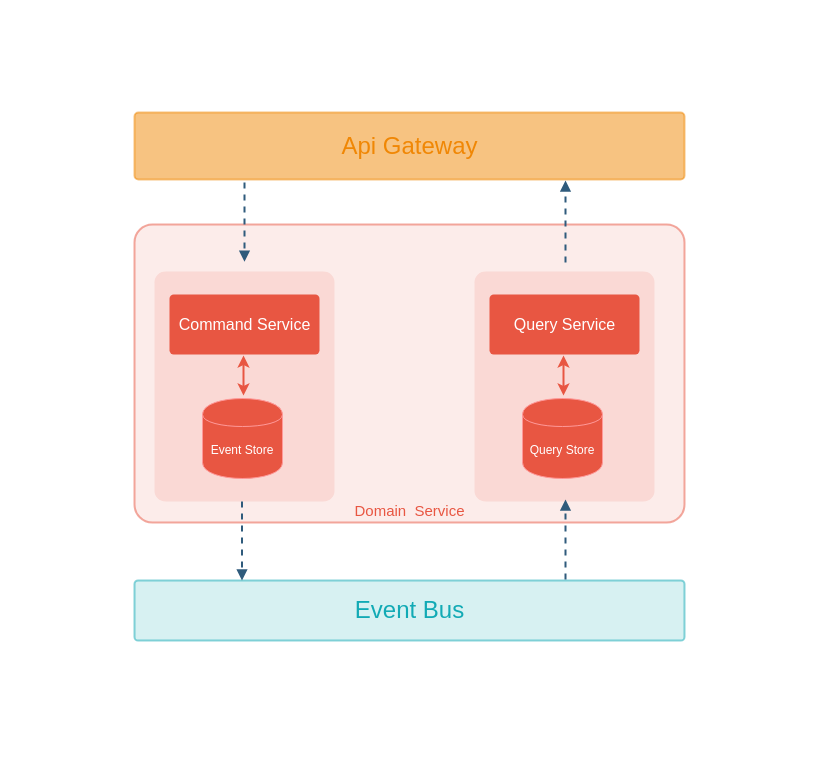
Earlier version of the draw.io diagram event-driven-architecture/domain-service.drawio (jinternals/architecture-design). Source tidied: cells renumbered, new cells numbered last; positions are measured from the earlier drawing's top-left corner, leaving out a move shared by most shapes. Both pictures are drawn from the tidied source at 100%, with x=0, y=0 at pixel (134, 112).
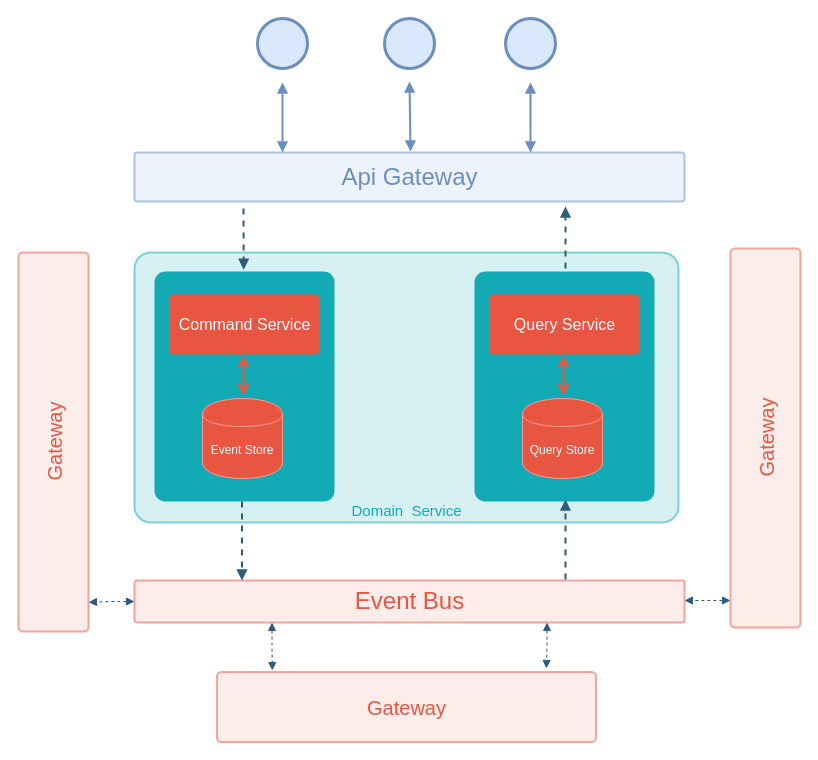
The same page after the edit.

What changed in the source:
```diff
@@
-    <mxCell id="2" value="&lt;font color=&quot;#f08705&quot; style=&quot;font-size: 24px&quot;&gt;Api Gateway&lt;/font&gt;" style="rounded=1;fillColor=#F08705;strokeWidth=2;html=1;strokeColor=#F08705;arcSize=6;opacity=50;" parent="1" vertex="1">
-      <mxGeometry width="550" height="67" as="geometry" />
+    <mxCell id="2" value="&lt;font style=&quot;font-size: 24px&quot; color=&quot;#6c8ebf&quot;&gt;Api Gateway&lt;/font&gt;" style="rounded=1;fillColor=#DAE8FC;strokeWidth=2;html=1;strokeColor=#6C8EBF;arcSize=6;opacity=50;" parent="1" vertex="1">
+      <mxGeometry y="40" width="550" height="49" as="geometry" />
     </mxCell>
-    <mxCell id="3" value="&lt;font color=&quot;#e85642&quot; style=&quot;font-size: 15px&quot;&gt;Domain&amp;nbsp; Service&lt;/font&gt;" style="rounded=1;fillColor=#FAD9D5;strokeWidth=2;html=1;strokeColor=#E85642;arcSize=6;opacity=50;verticalAlign=bottom;" parent="1" vertex="1">
-      <mxGeometry y="112" width="550" height="298" as="geometry" />
+    <mxCell id="3" value="&lt;font style=&quot;font-size: 15px&quot; color=&quot;#12aab5&quot;&gt;Domain&amp;nbsp; Service&lt;/font&gt;" style="rounded=1;fillColor=#B0E3E6;strokeWidth=2;html=1;strokeColor=#12AAB5;arcSize=6;opacity=50;verticalAlign=bottom;" parent="1" vertex="1">
+      <mxGeometry y="140" width="544" height="270" as="geometry" />
     </mxCell>
-    <mxCell id="4" style="rounded=1;fillColor=#FAD9D5;strokeWidth=2;html=1;strokeColor=none;arcSize=6;perimeterSpacing=4;" parent="1" vertex="1">
+    <mxCell id="4" style="rounded=1;fillColor=#12AAB5;strokeWidth=2;html=1;strokeColor=none;arcSize=6;perimeterSpacing=4;" parent="1" vertex="1">
       <mxGeometry x="20" y="159" width="180" height="230" as="geometry" />
     </mxCell>
@@
-    <mxCell id="8" style="edgeStyle=none;dashed=1;strokeWidth=2;html=1;strokeColor=#2f5b7c;endArrow=block;endFill=1;sourcePerimeterSpacing=2;entryX=0.2;entryY=0.125;entryDx=0;entryDy=0;entryPerimeter=0;" parent="1" edge="1" target="3">
-      <mxGeometry x="1299.9" y="174.5" as="geometry">
-        <mxPoint x="110" y="70" as="sourcePoint" />
+    <mxCell id="8" style="edgeStyle=none;dashed=1;strokeWidth=2;html=1;strokeColor=#2f5b7c;endArrow=block;endFill=1;sourcePerimeterSpacing=2;entryX=0.2;entryY=0.125;entryDx=0;entryDy=0;entryPerimeter=0;" parent="1" edge="1">
+      <mxGeometry x="1299.9" y="157.5" as="geometry">
+        <mxPoint x="109" y="96" as="sourcePoint" />
+        <mxPoint x="109.2" y="157.2" as="targetPoint" />
       </mxGeometry>
     </mxCell>
-    <mxCell id="9" style="rounded=1;fillColor=#FAD9D5;strokeWidth=2;html=1;strokeColor=none;arcSize=6;perimeterSpacing=4;" parent="1" vertex="1">
+    <mxCell id="9" style="rounded=1;fillColor=#12AAB5;strokeWidth=2;html=1;strokeColor=none;arcSize=6;perimeterSpacing=4;" parent="1" vertex="1">
       <mxGeometry x="340" y="159" width="180" height="230" as="geometry" />
     </mxCell>
@@
+    <mxCell id="18" style="edgeStyle=orthogonalEdgeStyle;rounded=0;jettySize=auto;html=1;exitX=0;exitY=0.5;exitDx=0;exitDy=0;entryX=1;entryY=0.923;entryDx=0;entryDy=0;entryPerimeter=0;startArrow=block;startFill=1;endArrow=block;endFill=1;dashed=1;strokeColor=#2F5B7C;" parent="1" edge="1" source="13" target="27">
+      <mxGeometry relative="1" as="geometry" />
+    </mxCell>
+    <mxCell id="19" style="edgeStyle=orthogonalEdgeStyle;rounded=0;jettySize=auto;html=1;exitX=0.25;exitY=1;exitDx=0;exitDy=0;entryX=-0.021;entryY=0.854;entryDx=0;entryDy=0;entryPerimeter=0;dashed=1;startArrow=block;startFill=1;endArrow=block;endFill=1;strokeColor=#2F5B7C;" parent="1" edge="1" source="13" target="29">
+      <mxGeometry relative="1" as="geometry" />
+    </mxCell>
+    <mxCell id="20" style="edgeStyle=orthogonalEdgeStyle;rounded=0;jettySize=auto;html=1;exitX=0.75;exitY=1;exitDx=0;exitDy=0;entryX=-0.05;entryY=0.131;entryDx=0;entryDy=0;entryPerimeter=0;dashed=1;startArrow=block;startFill=1;endArrow=block;endFill=1;strokeColor=#2F5B7C;" parent="1" edge="1" source="13" target="29">
+      <mxGeometry relative="1" as="geometry" />
+    </mxCell>
-    <mxCell id="13" value="&lt;font color=&quot;#12aab5&quot; style=&quot;font-size: 24px&quot;&gt;Event Bus&lt;/font&gt;" style="rounded=1;fillColor=#B0E3E6;strokeWidth=2;html=1;strokeColor=#12AAB5;arcSize=6;opacity=50;" parent="1" vertex="1">
-      <mxGeometry y="468" width="550" height="60" as="geometry" />
+    <mxCell id="13" value="&lt;font style=&quot;font-size: 24px&quot; color=&quot;#e85642&quot;&gt;Event Bus&lt;/font&gt;" style="rounded=1;fillColor=#FAD9D5;strokeWidth=2;html=1;strokeColor=#E85642;arcSize=6;opacity=50;" parent="1" vertex="1">
+      <mxGeometry y="468" width="550" height="42" as="geometry" />
     </mxCell>
@@
     <mxCell id="16" style="edgeStyle=none;dashed=1;strokeWidth=2;html=1;strokeColor=#2f5b7c;endArrow=block;endFill=1;sourcePerimeterSpacing=2;entryX=0.373;entryY=1.015;entryDx=0;entryDy=0;entryPerimeter=0;" parent="1" edge="1">
-      <mxGeometry x="1639.9" y="581.5" as="geometry">
-        <mxPoint x="431" y="150" as="sourcePoint" />
-        <mxPoint x="431" y="68" as="targetPoint" />
+      <mxGeometry x="1639.9" y="607.5" as="geometry">
+        <mxPoint x="431" y="156" as="sourcePoint" />
+        <mxPoint x="431" y="94" as="targetPoint" />
       </mxGeometry>
     </mxCell>
-    <mxCell id="17" style="edgeStyle=none;rounded=0;orthogonalLoop=1;jettySize=auto;html=1;exitX=1;exitY=0.5;exitDx=0;exitDy=0;shadow=0;strokeColor=#000000;strokeWidth=2;" parent="1" edge="1" source="13" target="13">
-      <mxGeometry relative="1" as="geometry" />
-    </mxCell>
+    <mxCell id="21" style="shape=mxgraph.bpmn.shape;html=1;verticalLabelPosition=bottom;labelBackgroundColor=#ffffff;verticalAlign=top;perimeter=ellipsePerimeter;outline=standard;symbol=general;fontFamily=Helvetica;fontSize=12;align=center;strokeColor=#6c8ebf;strokeWidth=3;fillColor=#dae8fc;perimeterSpacing=6;rotation=-90;" parent="1" vertex="1">
+      <mxGeometry x="123" y="-94" width="50" height="50" as="geometry" />
+    </mxCell>
+    <mxCell id="22" style="edgeStyle=none;strokeWidth=2;html=1;strokeColor=#6c8ebf;endArrow=block;endFill=1;startArrow=block;startFill=1;fillColor=#dae8fc;" parent="1" edge="1">
+      <mxGeometry x="1507" y="516" as="geometry">
+        <mxPoint x="148" y="40" as="sourcePoint" />
+        <mxPoint x="148" y="-30" as="targetPoint" />
+      </mxGeometry>
+    </mxCell>
+    <mxCell id="23" style="shape=mxgraph.bpmn.shape;html=1;verticalLabelPosition=bottom;labelBackgroundColor=#ffffff;verticalAlign=top;perimeter=ellipsePerimeter;outline=standard;symbol=general;fontFamily=Helvetica;fontSize=12;align=center;strokeColor=#6c8ebf;strokeWidth=3;fillColor=#dae8fc;perimeterSpacing=6;rotation=-90;" parent="1" vertex="1">
+      <mxGeometry x="250" y="-94" width="50" height="50" as="geometry" />
+    </mxCell>
+    <mxCell id="24" style="edgeStyle=none;strokeWidth=2;html=1;strokeColor=#6c8ebf;endArrow=block;endFill=1;startArrow=block;startFill=1;fillColor=#dae8fc;" parent="1" edge="1">
+      <mxGeometry x="1634" y="515" as="geometry">
+        <mxPoint x="276" y="39" as="sourcePoint" />
+        <mxPoint x="275" y="-31" as="targetPoint" />
+      </mxGeometry>
+    </mxCell>
+    <mxCell id="25" style="shape=mxgraph.bpmn.shape;html=1;verticalLabelPosition=bottom;labelBackgroundColor=#ffffff;verticalAlign=top;perimeter=ellipsePerimeter;outline=standard;symbol=general;fontFamily=Helvetica;fontSize=12;align=center;strokeColor=#6c8ebf;strokeWidth=3;fillColor=#dae8fc;perimeterSpacing=6;rotation=-90;" parent="1" vertex="1">
+      <mxGeometry x="371" y="-94" width="50" height="50" as="geometry" />
+    </mxCell>
+    <mxCell id="26" style="edgeStyle=none;strokeWidth=2;html=1;strokeColor=#6c8ebf;endArrow=block;endFill=1;startArrow=block;startFill=1;fillColor=#dae8fc;" parent="1" edge="1">
+      <mxGeometry x="1755" y="516" as="geometry">
+        <mxPoint x="396" y="40" as="sourcePoint" />
+        <mxPoint x="396" y="-30" as="targetPoint" />
+      </mxGeometry>
+    </mxCell>
+    <mxCell id="27" value="&lt;font color=&quot;#e85642&quot; style=&quot;font-size: 20px;&quot;&gt;Gateway&lt;/font&gt;" style="rounded=1;fillColor=#fad9d5;strokeWidth=2;html=1;strokeColor=#E85642;arcSize=6;opacity=50;verticalAlign=middle;horizontal=0;fontSize=20;" parent="1" vertex="1">
+      <mxGeometry x="-116" y="140" width="70" height="379" as="geometry" />
+    </mxCell>
+    <mxCell id="28" value="&lt;font color=&quot;#e85642&quot; style=&quot;font-size: 20px;&quot;&gt;Gateway&lt;/font&gt;" style="rounded=1;fillColor=#fad9d5;strokeWidth=2;html=1;strokeColor=#E85642;arcSize=6;opacity=50;verticalAlign=middle;horizontal=0;fontSize=20;" parent="1" vertex="1">
+      <mxGeometry x="596" y="136" width="70" height="379" as="geometry" />
+    </mxCell>
+    <mxCell id="29" value="&lt;font color=&quot;#e85642&quot; style=&quot;font-size: 20px;&quot;&gt;Gateway&lt;/font&gt;" style="rounded=1;fillColor=#fad9d5;strokeWidth=2;html=1;strokeColor=#E85642;arcSize=6;opacity=50;verticalAlign=middle;horizontal=0;fontSize=20;rotation=90;" parent="1" vertex="1">
+      <mxGeometry x="237" y="405" width="70" height="379" as="geometry" />
+    </mxCell>
+    <mxCell id="30" style="edgeStyle=orthogonalEdgeStyle;rounded=0;orthogonalLoop=1;jettySize=auto;html=1;exitX=0;exitY=0.5;exitDx=0;exitDy=0;entryX=1;entryY=0.923;entryDx=0;entryDy=0;entryPerimeter=0;startArrow=block;startFill=1;endArrow=block;endFill=1;dashed=1;strokeColor=#2F5B7C;" parent="1" edge="1">
+      <mxGeometry relative="1" as="geometry">
+        <mxPoint x="596" y="488" as="sourcePoint" />
+        <mxPoint x="550" y="488" as="targetPoint" />
+      </mxGeometry>
+    </mxCell>
```
